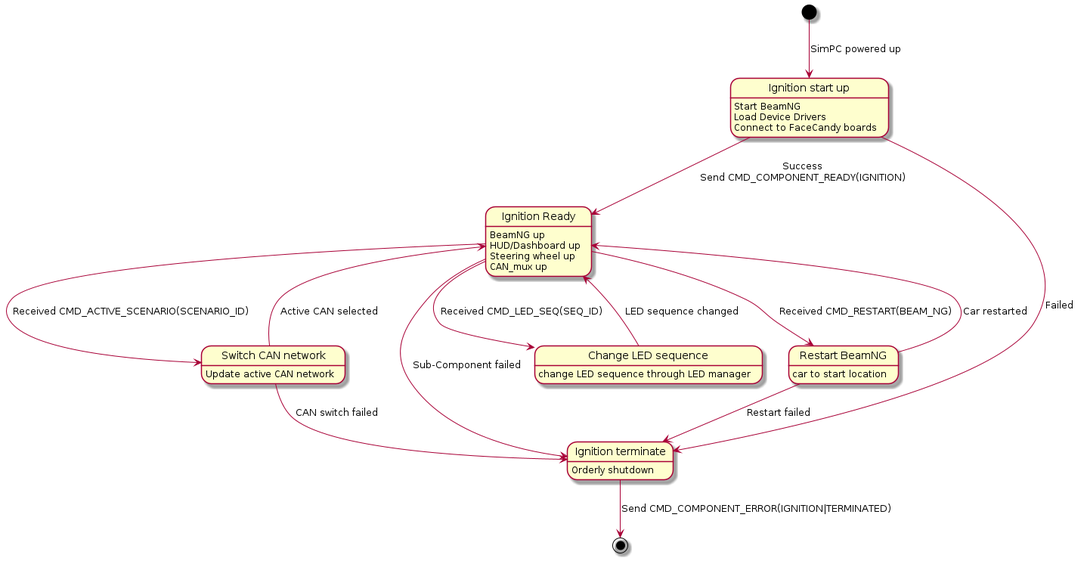
Before: fett/cyberPhys/specs/state_machine_ignition.png, a diagram exported from PlantUML (GaloisInc/BESSPIN-Tool-Suite). Source of this version:
```plantuml
@startuml
state "Ignition start up" as IgnitionUp
IgnitionUp: Start BeamNG
IgnitionUp: Load Device Drivers
IgnitionUp: Connect to FaceCandy boards
[*] --> IgnitionUp: SimPC powered up

IgnitionUp --> IgnitionReady: Success\nSend CMD_COMPONENT_READY(IGNITION)
state "Ignition Ready" as IgnitionReady
IgnitionReady: BeamNG up
IgnitionReady: HUD/Dashboard up
IgnitionReady: Steering wheel up
IgnitionReady: CAN_mux up

state "Switch CAN network" as SwitchCanNetwork
IgnitionReady --> SwitchCanNetwork: Received CMD_ACTIVE_SCENARIO(SCENARIO_ID)
SwitchCanNetwork: Update active CAN network
SwitchCanNetwork --> IgnitionTerminate: CAN switch failed

IgnitionReady --> ChangeLedSequence: Received CMD_LED_SEQ(SEQ_ID)
state "Change LED sequence" as ChangeLedSequence
ChangeLedSequence: change LED sequence through LED manager

ChangeLedSequence --> IgnitionReady: LED sequence changed

IgnitionReady --> RestartBeamNg: Received CMD_RESTART(BEAM_NG)
state "Restart BeamNG" as RestartBeamNg
RestartBeamNg: car to start location
RestartBeamNg --> IgnitionReady: Car restarted
RestartBeamNg --> IgnitionTerminate: Restart failed

SwitchCanNetwork --> IgnitionReady: Active CAN selected

IgnitionUp --> IgnitionTerminate: Failed\n

state "Ignition terminate" as IgnitionTerminate
IgnitionTerminate: Orderly shutdown

IgnitionReady --> IgnitionTerminate: Sub-Component failed

IgnitionTerminate --> [*]: Send CMD_COMPONENT_ERROR(IGNITION|TERMINATED)


@enduml
```
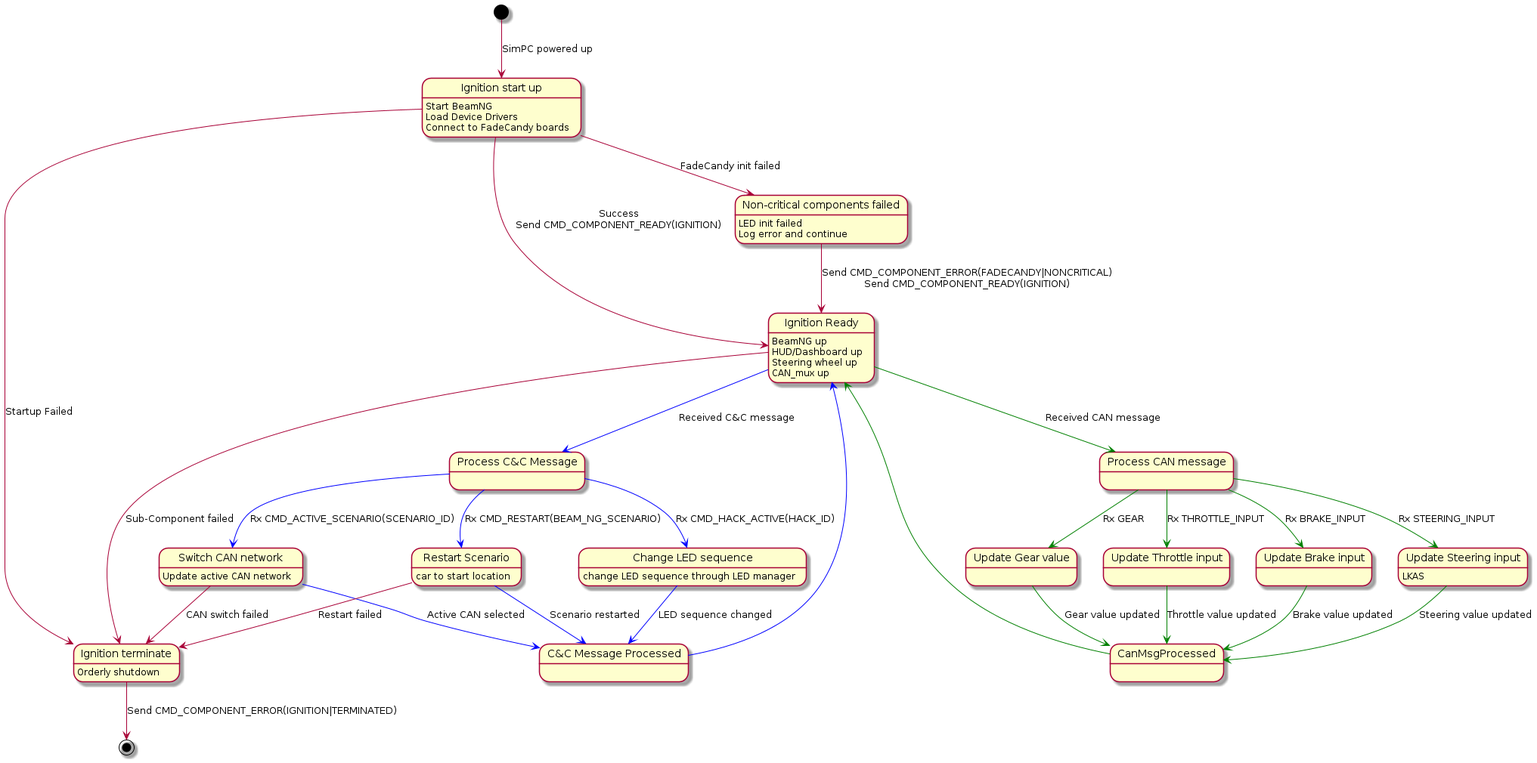
The same file after the commit.

Commit message:
Updated state diagrams

What changed in the source:
```diff
@@ -2,8 +2,15 @@
 state "Ignition start up" as IgnitionUp
 IgnitionUp: Start BeamNG
 IgnitionUp: Load Device Drivers
-IgnitionUp: Connect to FaceCandy boards
+IgnitionUp: Connect to FadeCandy boards
 [*] --> IgnitionUp: SimPC powered up
+
+IgnitionUp --> IgnitionLedInitFailed: FadeCandy init failed
+state "Non-critical components failed" as IgnitionLedInitFailed
+IgnitionLedInitFailed: LED init failed
+IgnitionLedInitFailed: Log error and continue
+
+IgnitionLedInitFailed --> IgnitionReady: Send CMD_COMPONENT_ERROR(FADECANDY|NONCRITICAL)\nSend CMD_COMPONENT_READY(IGNITION)
 
 IgnitionUp --> IgnitionReady: Success\nSend CMD_COMPONENT_READY(IGNITION)
 state "Ignition Ready" as IgnitionReady
@@ -12,26 +19,54 @@
 IgnitionReady: Steering wheel up
 IgnitionReady: CAN_mux up
 
+IgnitionReady -[#blue]-> ProcessCacMsg: Received C&C message
+state "Process C&C Message" as ProcessCacMsg
+
+state "C&C Message Processed" as CacMsgProcessed
+
+CacMsgProcessed -[#blue]-> IgnitionReady
+
 state "Switch CAN network" as SwitchCanNetwork
-IgnitionReady --> SwitchCanNetwork: Received CMD_ACTIVE_SCENARIO(SCENARIO_ID)
+ProcessCacMsg -[#blue]-> SwitchCanNetwork: Rx CMD_ACTIVE_SCENARIO(SCENARIO_ID)
 SwitchCanNetwork: Update active CAN network
 SwitchCanNetwork --> IgnitionTerminate: CAN switch failed
+SwitchCanNetwork -[#blue]-> CacMsgProcessed: Active CAN selected
 
-IgnitionReady --> ChangeLedSequence: Received CMD_LED_SEQ(SEQ_ID)
+ProcessCacMsg -[#blue]-> ChangeLedSequence: Rx CMD_HACK_ACTIVE(HACK_ID)
 state "Change LED sequence" as ChangeLedSequence
 ChangeLedSequence: change LED sequence through LED manager
 
-ChangeLedSequence --> IgnitionReady: LED sequence changed
+ChangeLedSequence -[#blue]-> CacMsgProcessed: LED sequence changed
 
-IgnitionReady --> RestartBeamNg: Received CMD_RESTART(BEAM_NG)
-state "Restart BeamNG" as RestartBeamNg
-RestartBeamNg: car to start location
-RestartBeamNg --> IgnitionReady: Car restarted
-RestartBeamNg --> IgnitionTerminate: Restart failed
+ProcessCacMsg -[#blue]-> RestartScenario: Rx CMD_RESTART(BEAM_NG_SCENARIO)
+state "Restart Scenario" as RestartScenario
+RestartScenario: car to start location
+RestartScenario -[#blue]-> CacMsgProcessed: Scenario restarted
+RestartScenario --> IgnitionTerminate: Restart failed
 
-SwitchCanNetwork --> IgnitionReady: Active CAN selected
+state "Process CAN message" as ProcessCanMsg
+IgnitionReady -[#green]-> ProcessCanMsg: Received CAN message
+CanMsgProcessed -[#green]-> IgnitionReady
 
-IgnitionUp --> IgnitionTerminate: Failed\n
+state "Update Gear value" as UpdateGear
+ProcessCanMsg -[#green]-> UpdateGear: Rx GEAR
+UpdateGear -[#green]-> CanMsgProcessed: Gear value updated
+
+state "Update Throttle input" as ThrottleInput
+ProcessCanMsg -[#green]-> ThrottleInput: Rx THROTTLE_INPUT
+ThrottleInput -[#green]-> CanMsgProcessed: Throttle value updated
+
+state "Update Brake input" as BrakeInput
+ProcessCanMsg -[#green]-> BrakeInput: Rx BRAKE_INPUT
+BrakeInput -[#green]-> CanMsgProcessed: Brake value updated
+
+state "Update Steering input" as SteeringInput
+SteeringInput: LKAS
+ProcessCanMsg -[#green]-> SteeringInput: Rx STEERING_INPUT
+SteeringInput -[#green]-> CanMsgProcessed: Steering value updated
+
+
+IgnitionUp --> IgnitionTerminate: Startup Failed\n
 
 state "Ignition terminate" as IgnitionTerminate
 IgnitionTerminate: Orderly shutdown
@@ -40,5 +75,4 @@
 
 IgnitionTerminate --> [*]: Send CMD_COMPONENT_ERROR(IGNITION|TERMINATED)
 
-
 @enduml
```
